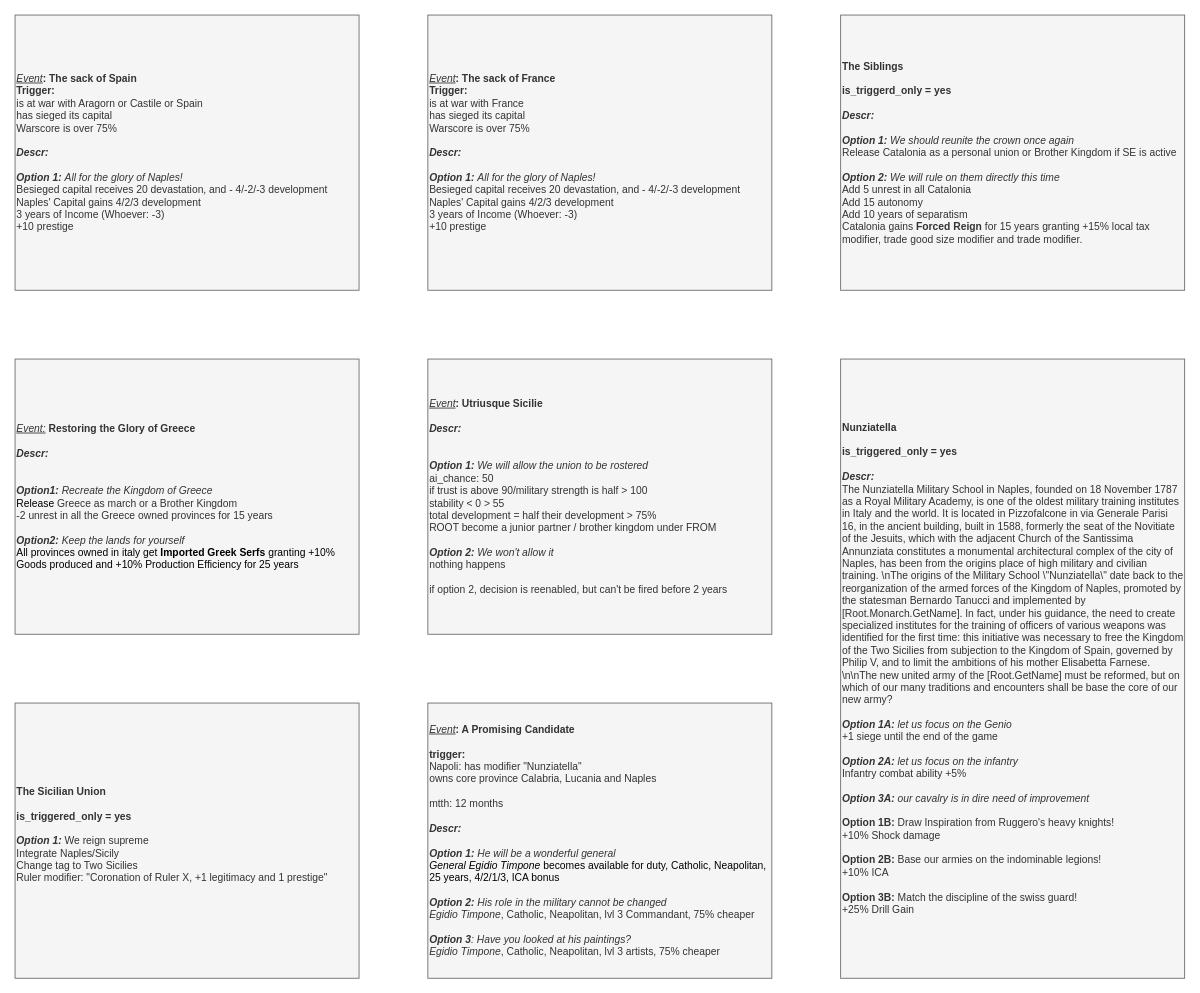
Earlier version of the draw.io diagram page "Event" (3 of 6) of It's Pizza and Cannoli Time/It's Pizza and Cannoli Time.drawio (Melvasul/Missions-Expanded). Source tidied: cells renumbered, new cells numbered last; positions are measured from the earlier drawing's top-left corner, leaving out a move shared by most shapes. Both pictures are drawn from the tidied source at 86%, with x=0, y=0 at pixel (15, 15).
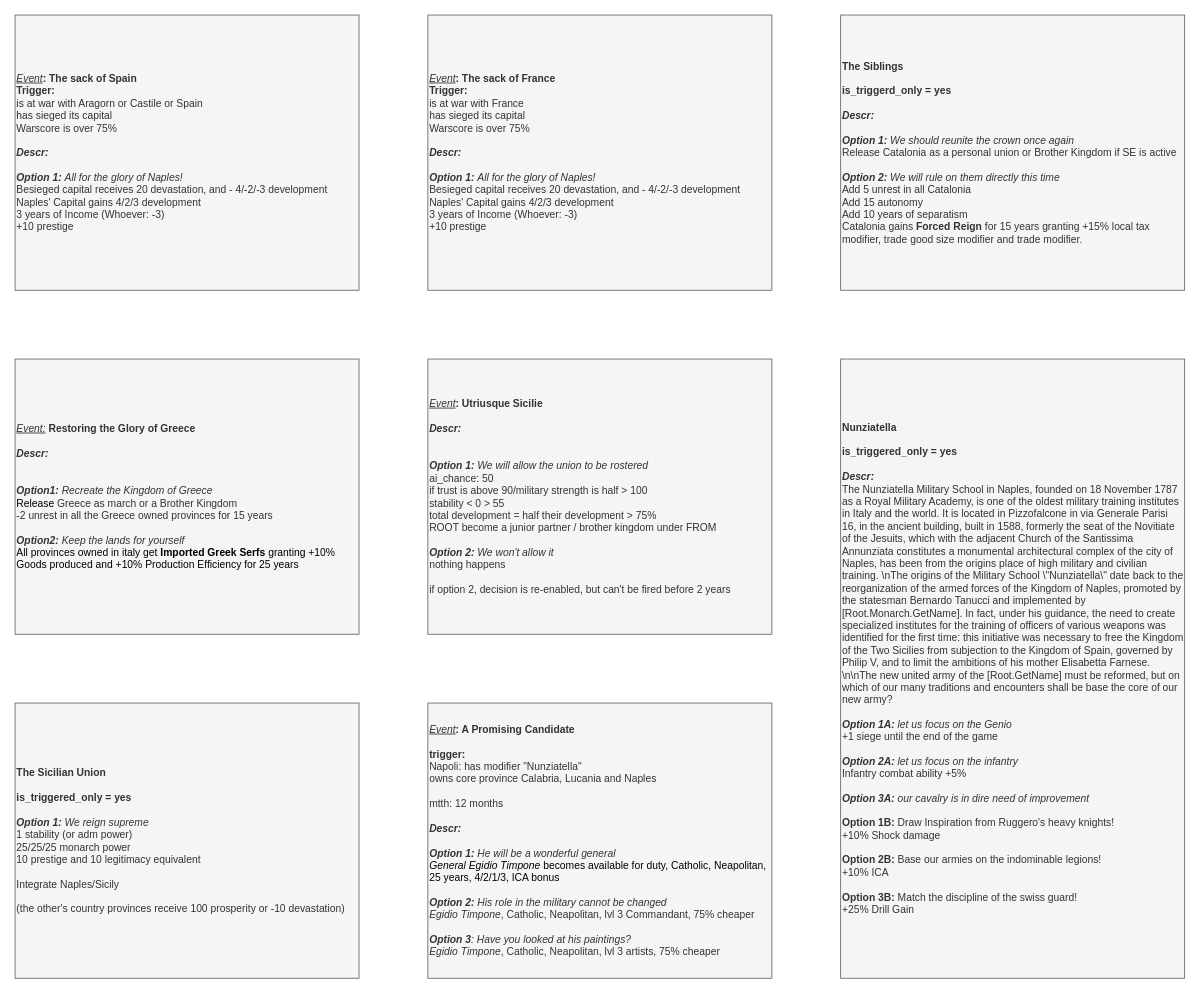
The same diagram, later.

Change to the diagram source:
```diff
@@
-    <mxCell id="2" value="&lt;div style=&quot;font-size: 12px&quot;&gt;&lt;i style=&quot;font-size: 12px&quot;&gt;&lt;u style=&quot;font-size: 12px&quot;&gt;Event&lt;/u&gt;&lt;/i&gt;&lt;b style=&quot;font-size: 12px&quot;&gt;: Utriusque Sicilie&lt;/b&gt;&lt;/div&gt;&lt;div style=&quot;font-size: 12px&quot;&gt;&lt;b style=&quot;font-size: 12px&quot;&gt;&lt;br style=&quot;font-size: 12px&quot;&gt;&lt;/b&gt;&lt;/div&gt;&lt;div style=&quot;font-size: 12px&quot;&gt;&lt;font style=&quot;font-size: 12px&quot;&gt;&lt;div style=&quot;font-size: 12px&quot;&gt;&lt;b style=&quot;font-size: 12px&quot;&gt;&lt;i style=&quot;font-size: 12px&quot;&gt;Descr:&amp;nbsp;&lt;/i&gt;&lt;/b&gt;&lt;/div&gt;&lt;div style=&quot;font-size: 12px&quot;&gt;&lt;br&gt;&lt;/div&gt;&lt;div style=&quot;font-size: 12px&quot;&gt;&lt;br&gt;&lt;/div&gt;&lt;/font&gt;&lt;/div&gt;&lt;div style=&quot;font-size: 12px&quot;&gt;&lt;/div&gt;&lt;font style=&quot;font-size: 12px&quot;&gt;&lt;b style=&quot;font-size: 12px ; font-style: italic&quot;&gt;Option 1:&lt;/b&gt;&lt;span style=&quot;font-size: 12px ; font-style: italic&quot;&gt; &lt;/span&gt;&lt;i&gt;We will allow the union to be rostered&lt;br&gt;&lt;/i&gt;ai_chance: 50&lt;br&gt;if trust is above 90/military strength is half &amp;gt; 100&lt;br&gt;stability &amp;lt; 0 &amp;gt; 55&lt;br&gt;total development = half their development &amp;gt; 75%&lt;br&gt;ROOT become a junior partner / brother kingdom under FROM&lt;br&gt;&lt;br style=&quot;font-size: 12px&quot;&gt;&lt;span style=&quot;font-size: 12px&quot;&gt;&lt;i style=&quot;font-size: 12px&quot;&gt;&lt;b style=&quot;font-size: 12px&quot;&gt;Option 2:&lt;/b&gt;&amp;nbsp;&lt;/i&gt;&lt;span style=&quot;font-size: 12px&quot;&gt;&lt;i&gt;We won't allow it&lt;/i&gt;&lt;/span&gt;&lt;/span&gt;&lt;div style=&quot;font-size: 12px&quot;&gt;nothing happens&lt;/div&gt;&lt;div style=&quot;font-size: 12px&quot;&gt;&lt;br&gt;&lt;/div&gt;&lt;div style=&quot;font-size: 12px&quot;&gt;if option 2, decision is reenabled, but can't be fired before 2 years&lt;/div&gt;&lt;/font&gt;" style="rounded=0;whiteSpace=wrap;html=1;align=left;fontSize=12;fillColor=#f5f5f5;strokeColor=#666666;fontColor=#333333;" parent="1" vertex="1">
+    <mxCell id="2" value="&lt;div style=&quot;font-size: 12px&quot;&gt;&lt;i style=&quot;font-size: 12px&quot;&gt;&lt;u style=&quot;font-size: 12px&quot;&gt;Event&lt;/u&gt;&lt;/i&gt;&lt;b style=&quot;font-size: 12px&quot;&gt;: Utriusque Sicilie&lt;/b&gt;&lt;/div&gt;&lt;div style=&quot;font-size: 12px&quot;&gt;&lt;b style=&quot;font-size: 12px&quot;&gt;&lt;br style=&quot;font-size: 12px&quot;&gt;&lt;/b&gt;&lt;/div&gt;&lt;div style=&quot;font-size: 12px&quot;&gt;&lt;font style=&quot;font-size: 12px&quot;&gt;&lt;div style=&quot;font-size: 12px&quot;&gt;&lt;b style=&quot;font-size: 12px&quot;&gt;&lt;i style=&quot;font-size: 12px&quot;&gt;Descr:&amp;nbsp;&lt;/i&gt;&lt;/b&gt;&lt;/div&gt;&lt;div style=&quot;font-size: 12px&quot;&gt;&lt;br&gt;&lt;/div&gt;&lt;div style=&quot;font-size: 12px&quot;&gt;&lt;br&gt;&lt;/div&gt;&lt;/font&gt;&lt;/div&gt;&lt;div style=&quot;font-size: 12px&quot;&gt;&lt;/div&gt;&lt;font style=&quot;font-size: 12px&quot;&gt;&lt;b style=&quot;font-size: 12px ; font-style: italic&quot;&gt;Option 1:&lt;/b&gt;&lt;span style=&quot;font-size: 12px ; font-style: italic&quot;&gt; &lt;/span&gt;&lt;i&gt;We will allow the union to be rostered&lt;br&gt;&lt;/i&gt;ai_chance: 50&lt;br&gt;if trust is above 90/military strength is half &amp;gt; 100&lt;br&gt;stability &amp;lt; 0 &amp;gt; 55&lt;br&gt;total development = half their development &amp;gt; 75%&lt;br&gt;ROOT become a junior partner / brother kingdom under FROM&lt;br&gt;&lt;br style=&quot;font-size: 12px&quot;&gt;&lt;span style=&quot;font-size: 12px&quot;&gt;&lt;i style=&quot;font-size: 12px&quot;&gt;&lt;b style=&quot;font-size: 12px&quot;&gt;Option 2:&lt;/b&gt;&amp;nbsp;&lt;/i&gt;&lt;span style=&quot;font-size: 12px&quot;&gt;&lt;i&gt;We won't allow it&lt;/i&gt;&lt;/span&gt;&lt;/span&gt;&lt;div style=&quot;font-size: 12px&quot;&gt;nothing happens&lt;/div&gt;&lt;div style=&quot;font-size: 12px&quot;&gt;&lt;br&gt;&lt;/div&gt;&lt;div style=&quot;font-size: 12px&quot;&gt;if option 2, decision is re-enabled, but can't be fired before 2 years&lt;/div&gt;&lt;/font&gt;" style="rounded=0;whiteSpace=wrap;html=1;align=left;fontSize=12;fillColor=#f5f5f5;strokeColor=#666666;fontColor=#333333;" parent="1" vertex="1">
       <mxGeometry x="480" y="400" width="400" height="320" as="geometry" />
     </mxCell>
@@
-    <mxCell id="5" value="&lt;div style=&quot;font-size: 12px&quot;&gt;&lt;/div&gt;&lt;font&gt;&lt;b&gt;The Sicilian Union&lt;br&gt;&lt;/b&gt;&lt;br&gt;&lt;b&gt;is_triggered_only = yes&lt;/b&gt;&lt;br&gt;&lt;br&gt;&lt;i style=&quot;font-weight: bold&quot;&gt;Option 1:&lt;/i&gt;&amp;nbsp;We reign supreme&lt;br&gt;Integrate Naples/Sicily&lt;br&gt;Change tag to Two Sicilies&lt;br&gt;Ruler modifier: &quot;Coronation of Ruler X, +1 legitimacy and 1 prestige&quot;&lt;br&gt;&lt;br&gt;&lt;/font&gt;" style="rounded=0;whiteSpace=wrap;html=1;align=left;fontSize=12;fillColor=#f5f5f5;strokeColor=#666666;fontColor=#333333;fontFamily=Helvetica;" parent="1" vertex="1">
+    <mxCell id="5" value="&lt;div style=&quot;font-size: 12px&quot;&gt;&lt;/div&gt;&lt;font&gt;&lt;b&gt;The Sicilian Union&lt;br&gt;&lt;/b&gt;&lt;br&gt;&lt;b&gt;is_triggered_only = yes&lt;/b&gt;&lt;br&gt;&lt;br&gt;&lt;i style=&quot;font-weight: bold&quot;&gt;Option 1:&lt;/i&gt;&amp;nbsp;&lt;i&gt;We reign supreme&lt;/i&gt;&lt;br&gt;1 stability (or adm power)&lt;br&gt;25/25/25 monarch power&lt;br&gt;10 prestige and 10 legitimacy equivalent&lt;br&gt;&lt;br&gt;Integrate Naples/Sicily&lt;br&gt;&lt;br&gt;(the other's country provinces receive 100 prosperity or -10 devastation)&lt;br&gt;&lt;/font&gt;" style="rounded=0;whiteSpace=wrap;html=1;align=left;fontSize=12;fillColor=#f5f5f5;strokeColor=#666666;fontColor=#333333;fontFamily=Helvetica;" parent="1" vertex="1">
       <mxGeometry y="800" width="400" height="320" as="geometry" />
     </mxCell>
```
